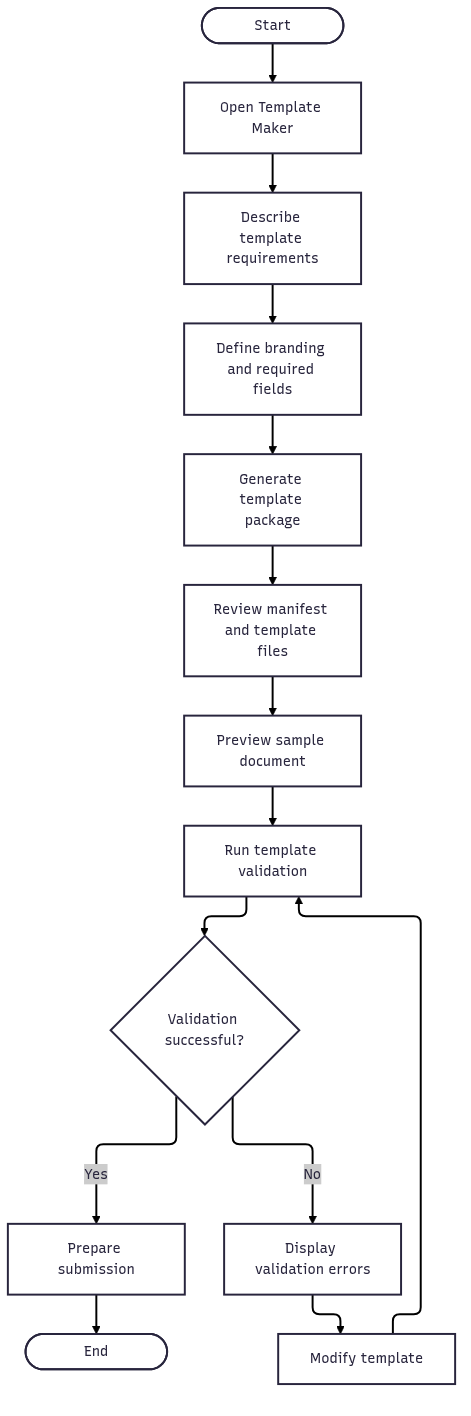
The Mermaid diagram Figures/userflow/07-template-creation-validation.png in Litho-MD/uet-fyp-docs, before a commit. Its source is kept beside it as diagrams/mmd/userflow/07-template-creation-validation.mmd. Source of this version:
```mermaid
---
config:
  theme: redux
  look: classic
---
flowchart TD
    A([Start]) --> B[Open Template Maker]
    B --> C[Describe template requirements]
    C --> D[Define branding and required fields]
    D --> E[Generate template package]
    E --> F[Review manifest and template files]
    F --> G[Preview sample document]
    G --> H[Run template validation]
    H --> I{Validation successful?}

    I -- No --> J[Display validation errors]
    J --> K[Modify template]
    K --> H

    I -- Yes --> L[Prepare submission]
    L --> M([End])
```
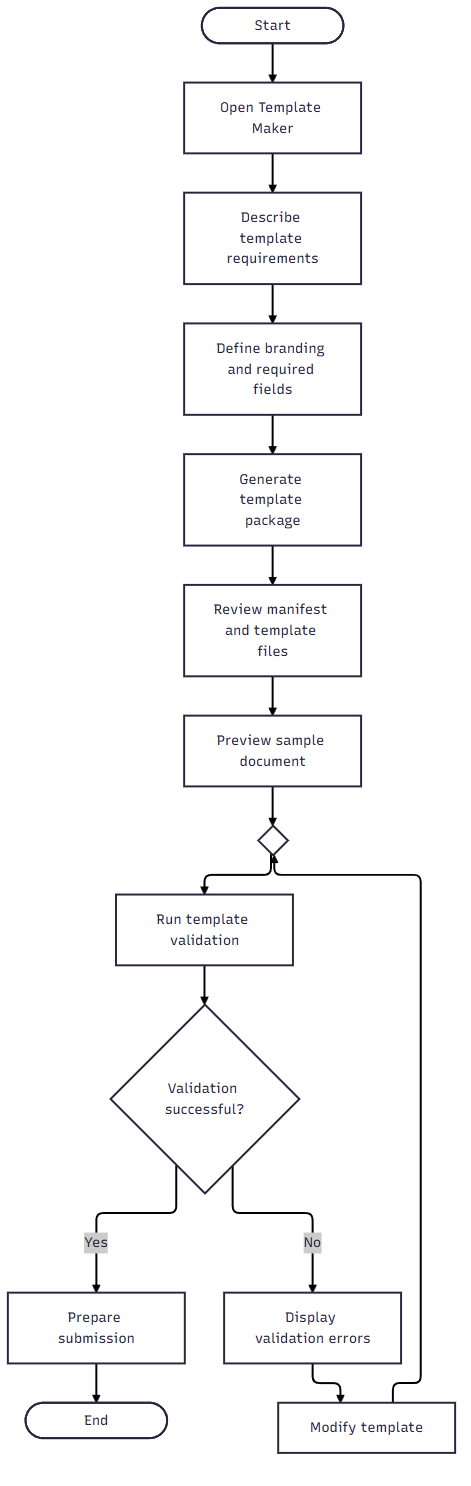
After the change.

The edit, as a diff of the source:
```diff
@@ -10,12 +10,13 @@
     D --> E[Generate template package]
     E --> F[Review manifest and template files]
     F --> G[Preview sample document]
-    G --> H[Run template validation]
+    G --> M_val{" "}
+    M_val --> H[Run template validation]
     H --> I{Validation successful?}
 
     I -- No --> J[Display validation errors]
     J --> K[Modify template]
-    K --> H
+    K --> M_val
 
     I -- Yes --> L[Prepare submission]
     L --> M([End])
```
